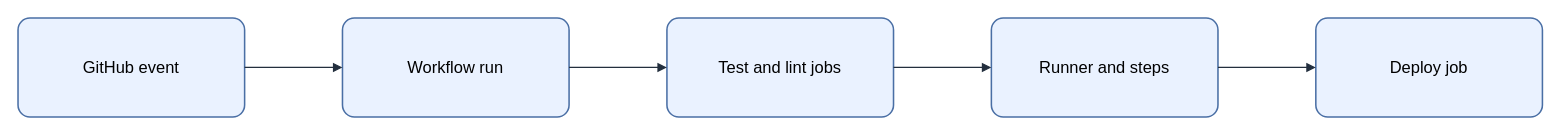
Earlier version of the draw.io diagram assets/img/ci-cd/github-actions-workflow-flow.drawio (KKamJi98/kkamji98.github.io). Source tidied: cells renumbered, new cells numbered last; positions are measured from the earlier drawing's top-left corner, leaving out a move shared by most shapes. Both pictures are drawn from the tidied source at 103%, with x=0, y=0 at pixel (18, 18).
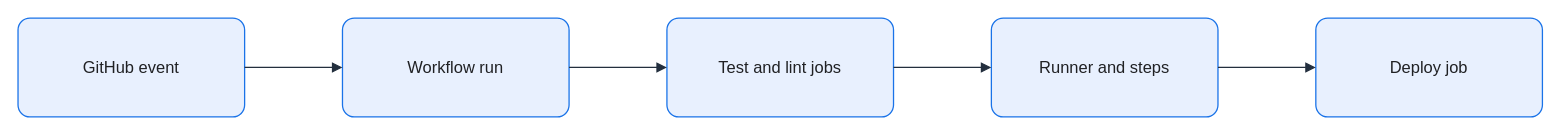
The same page after the edit.

Change to the diagram source:
```diff
@@
 <mxGraphModel background="#FFFFFF">
   <root>
     <mxCell id="0" />
     <mxCell id="1" parent="0" />
-    <mxCell id="2" value="GitHub event" style="rounded=1;arcSize=12;whiteSpace=wrap;html=0;fillColor=#EAF2FF;strokeColor=#4A6FA5;strokeWidth=1.5;fontColor=#000000;fontSize=16;align=center;verticalAlign=middle;spacing=8;shadow=0;" parent="1" vertex="1">
+    <mxCell id="2" value="GitHub event" style="rounded=1;arcSize=12;whiteSpace=wrap;html=0;fillColor=#E8F0FE;strokeColor=#1A73E8;strokeWidth=1.25;fontColor=#202124;fontSize=16;align=center;verticalAlign=middle;spacing=8;shadow=0;" parent="1" vertex="1">
       <mxGeometry width="220" height="96" as="geometry" />
     </mxCell>
-    <mxCell id="3" value="Workflow run" style="rounded=1;arcSize=12;whiteSpace=wrap;html=0;fillColor=#EAF2FF;strokeColor=#4A6FA5;strokeWidth=1.5;fontColor=#000000;fontSize=16;align=center;verticalAlign=middle;spacing=8;shadow=0;" parent="1" vertex="1">
+    <mxCell id="3" value="Workflow run" style="rounded=1;arcSize=12;whiteSpace=wrap;html=0;fillColor=#E8F0FE;strokeColor=#1A73E8;strokeWidth=1.25;fontColor=#202124;fontSize=16;align=center;verticalAlign=middle;spacing=8;shadow=0;" parent="1" vertex="1">
       <mxGeometry x="315" width="220" height="96" as="geometry" />
     </mxCell>
-    <mxCell id="4" value="Test and lint jobs" style="rounded=1;arcSize=12;whiteSpace=wrap;html=0;fillColor=#EAF2FF;strokeColor=#4A6FA5;strokeWidth=1.5;fontColor=#000000;fontSize=16;align=center;verticalAlign=middle;spacing=8;shadow=0;" parent="1" vertex="1">
+    <mxCell id="4" value="Test and lint jobs" style="rounded=1;arcSize=12;whiteSpace=wrap;html=0;fillColor=#E8F0FE;strokeColor=#1A73E8;strokeWidth=1.25;fontColor=#202124;fontSize=16;align=center;verticalAlign=middle;spacing=8;shadow=0;" parent="1" vertex="1">
       <mxGeometry x="630" width="220" height="96" as="geometry" />
     </mxCell>
-    <mxCell id="5" value="Runner and steps" style="rounded=1;arcSize=12;whiteSpace=wrap;html=0;fillColor=#EAF2FF;strokeColor=#4A6FA5;strokeWidth=1.5;fontColor=#000000;fontSize=16;align=center;verticalAlign=middle;spacing=8;shadow=0;" parent="1" vertex="1">
+    <mxCell id="5" value="Runner and steps" style="rounded=1;arcSize=12;whiteSpace=wrap;html=0;fillColor=#E8F0FE;strokeColor=#1A73E8;strokeWidth=1.25;fontColor=#202124;fontSize=16;align=center;verticalAlign=middle;spacing=8;shadow=0;" parent="1" vertex="1">
       <mxGeometry x="945" width="220" height="96" as="geometry" />
     </mxCell>
-    <mxCell id="6" value="Deploy job" style="rounded=1;arcSize=12;whiteSpace=wrap;html=0;fillColor=#EAF2FF;strokeColor=#4A6FA5;strokeWidth=1.5;fontColor=#000000;fontSize=16;align=center;verticalAlign=middle;spacing=8;shadow=0;" parent="1" vertex="1">
+    <mxCell id="6" value="Deploy job" style="rounded=1;arcSize=12;whiteSpace=wrap;html=0;fillColor=#E8F0FE;strokeColor=#1A73E8;strokeWidth=1.25;fontColor=#202124;fontSize=16;align=center;verticalAlign=middle;spacing=8;shadow=0;" parent="1" vertex="1">
       <mxGeometry x="1260" width="220" height="96" as="geometry" />
     </mxCell>
-    <mxCell id="7" style="edgeStyle=orthogonalEdgeStyle;rounded=0;jettySize=auto;html=0;endArrow=block;endFill=1;strokeColor=#232F3E;strokeWidth=1.25;fontColor=#000000;labelBackgroundColor=none;exitX=1;exitY=0.5;exitDx=0;exitDy=0;entryX=0;entryY=0.5;entryDx=0;entryDy=0;" parent="1" edge="1" source="2" target="3">
+    <mxCell id="7" style="edgeStyle=orthogonalEdgeStyle;rounded=0;jettySize=auto;html=0;endArrow=block;endFill=1;strokeColor=#232F3E;strokeWidth=1.25;fontColor=#202124;labelBackgroundColor=none;exitX=1;exitY=0.5;exitDx=0;exitDy=0;entryX=0;entryY=0.5;entryDx=0;entryDy=0;endSize=7;" parent="1" edge="1" source="2" target="3">
       <mxGeometry relative="1" as="geometry" />
     </mxCell>
-    <mxCell id="8" style="edgeStyle=orthogonalEdgeStyle;rounded=0;jettySize=auto;html=0;endArrow=block;endFill=1;strokeColor=#232F3E;strokeWidth=1.25;fontColor=#000000;labelBackgroundColor=none;exitX=1;exitY=0.5;exitDx=0;exitDy=0;entryX=0;entryY=0.5;entryDx=0;entryDy=0;" parent="1" edge="1" source="3" target="4">
+    <mxCell id="8" style="edgeStyle=orthogonalEdgeStyle;rounded=0;jettySize=auto;html=0;endArrow=block;endFill=1;strokeColor=#232F3E;strokeWidth=1.25;fontColor=#202124;labelBackgroundColor=none;exitX=1;exitY=0.5;exitDx=0;exitDy=0;entryX=0;entryY=0.5;entryDx=0;entryDy=0;endSize=7;" parent="1" edge="1" source="3" target="4">
       <mxGeometry relative="1" as="geometry" />
     </mxCell>
-    <mxCell id="9" style="edgeStyle=orthogonalEdgeStyle;rounded=0;jettySize=auto;html=0;endArrow=block;endFill=1;strokeColor=#232F3E;strokeWidth=1.25;fontColor=#000000;labelBackgroundColor=none;exitX=1;exitY=0.5;exitDx=0;exitDy=0;entryX=0;entryY=0.5;entryDx=0;entryDy=0;" parent="1" edge="1" source="4" target="5">
+    <mxCell id="9" style="edgeStyle=orthogonalEdgeStyle;rounded=0;jettySize=auto;html=0;endArrow=block;endFill=1;strokeColor=#232F3E;strokeWidth=1.25;fontColor=#202124;labelBackgroundColor=none;exitX=1;exitY=0.5;exitDx=0;exitDy=0;entryX=0;entryY=0.5;entryDx=0;entryDy=0;endSize=7;" parent="1" edge="1" source="4" target="5">
       <mxGeometry relative="1" as="geometry" />
     </mxCell>
-    <mxCell id="10" style="edgeStyle=orthogonalEdgeStyle;rounded=0;jettySize=auto;html=0;endArrow=block;endFill=1;strokeColor=#232F3E;strokeWidth=1.25;fontColor=#000000;labelBackgroundColor=none;exitX=1;exitY=0.5;exitDx=0;exitDy=0;entryX=0;entryY=0.5;entryDx=0;entryDy=0;" parent="1" edge="1" source="5" target="6">
+    <mxCell id="10" style="edgeStyle=orthogonalEdgeStyle;rounded=0;jettySize=auto;html=0;endArrow=block;endFill=1;strokeColor=#232F3E;strokeWidth=1.25;fontColor=#202124;labelBackgroundColor=none;exitX=1;exitY=0.5;exitDx=0;exitDy=0;entryX=0;entryY=0.5;entryDx=0;entryDy=0;endSize=7;" parent="1" edge="1" source="5" target="6">
       <mxGeometry relative="1" as="geometry" />
     </mxCell>
   </root>
 </mxGraphModel>
```
